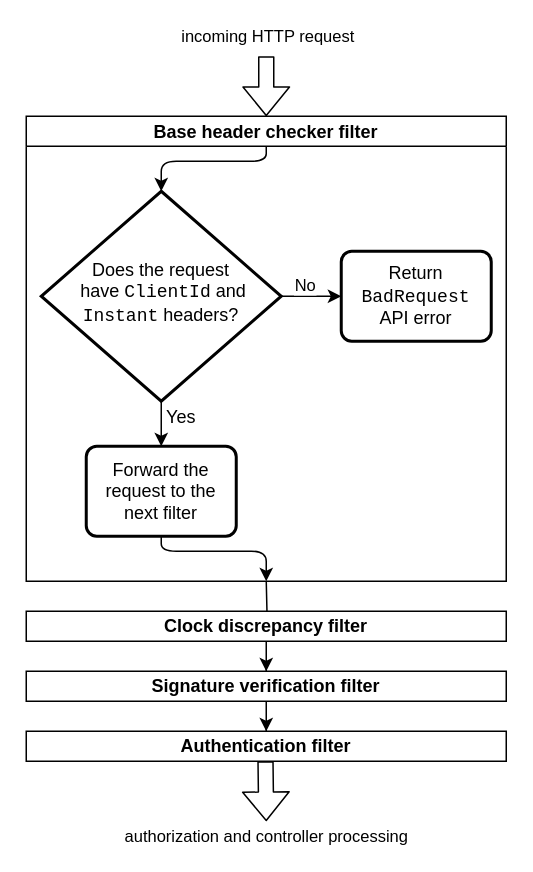
The draw.io diagram src/figures/base-headers-checker-filter.drawio in luczsoma/msc-thesis, before the edit. Source tidied: cells renumbered, new cells numbered last; positions are measured from the earlier drawing's top-left corner, leaving out a move shared by most shapes. Both pictures are drawn from the tidied source at 150%, with x=0, y=0 at pixel (26, 56).
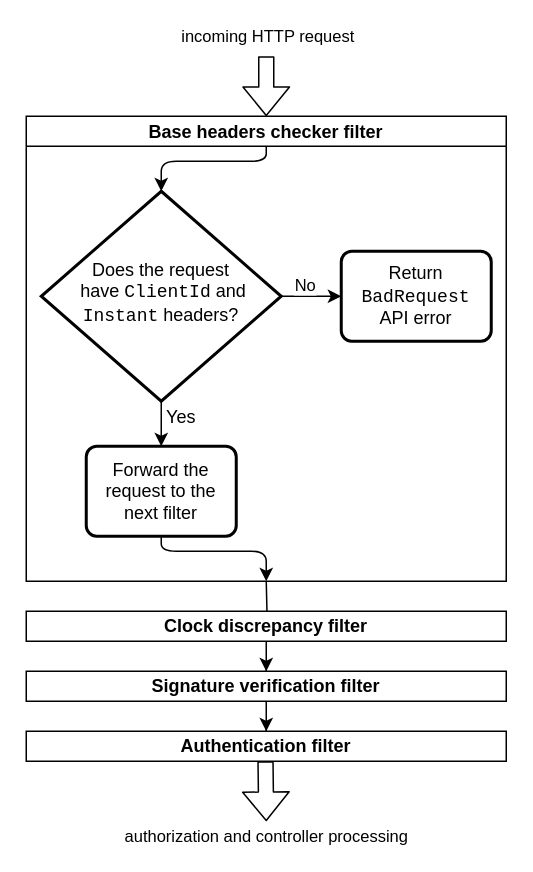
Above is the later version.

What changed in the source:
```diff
@@
-    <mxCell id="12" value="Base header checker filter" style="swimlane;startSize=20;" parent="1" vertex="1">
+    <mxCell id="12" value="Base headers checker filter" style="swimlane;startSize=20;" parent="1" vertex="1">
       <mxGeometry y="40" width="320" height="310" as="geometry" />
     </mxCell>
```
